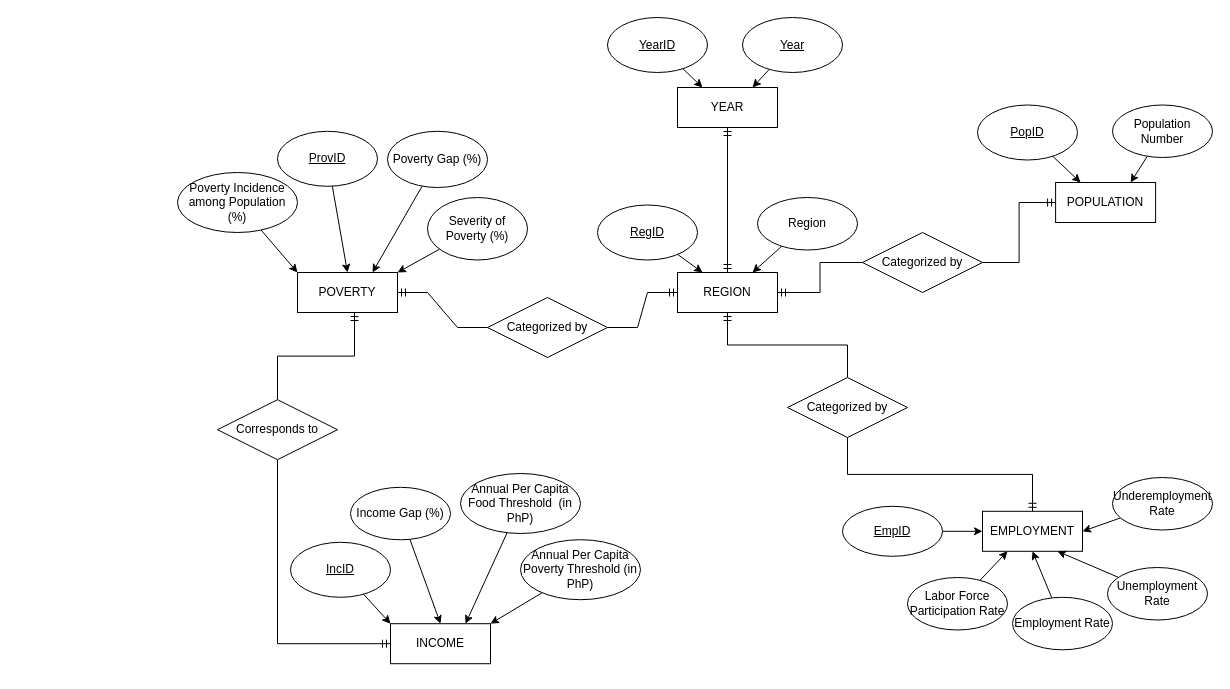
Above: page "ERD" (4 of 6) of DECapstone diagrams.drawio in vinsanity2022/SPARTACapstone (draw.io), before the change. Source tidied: cells renumbered, new cells numbered last; positions are measured from the earlier drawing's top-left corner, leaving out a move shared by most shapes. Both pictures are drawn from the tidied source at 100%, with x=0, y=0 at pixel (177, 17).
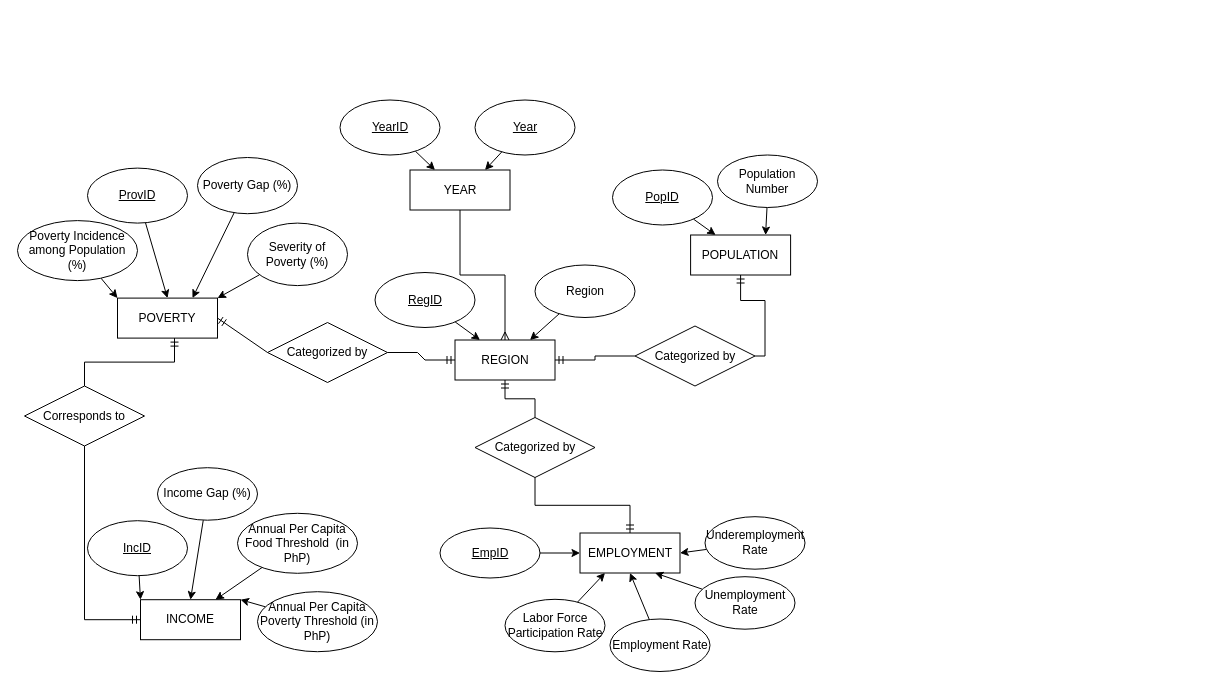
The same diagram, later.

What changed in the source:
```diff
@@
     <mxCell id="2" value="POVERTY" style="whiteSpace=wrap;html=1;align=center;" parent="1" vertex="1">
-      <mxGeometry x="120" y="255" width="100" height="40" as="geometry" />
+      <mxGeometry x="-60" y="280.6" width="100" height="40" as="geometry" />
     </mxCell>
@@
     <mxCell id="4" value="Poverty Gap (%)" style="ellipse;whiteSpace=wrap;html=1;align=center;" parent="1" vertex="1">
-      <mxGeometry x="210" y="113.8" width="100" height="56.2" as="geometry" />
+      <mxGeometry x="20" y="140" width="100" height="56.2" as="geometry" />
     </mxCell>
@@
     <mxCell id="6" value="Severity of Poverty (%)" style="ellipse;whiteSpace=wrap;html=1;align=center;" parent="1" vertex="1">
-      <mxGeometry x="250" y="180" width="100" height="62.5" as="geometry" />
+      <mxGeometry x="70" y="205.6" width="100" height="62.5" as="geometry" />
     </mxCell>
     <mxCell id="7" value="REGION" style="whiteSpace=wrap;html=1;align=center;" parent="1" vertex="1">
-      <mxGeometry x="500" y="255" width="100" height="40" as="geometry" />
+      <mxGeometry x="277.5" y="322.5" width="100" height="40" as="geometry" />
     </mxCell>
@@
     <mxCell id="9" value="Region" style="ellipse;whiteSpace=wrap;html=1;align=center;" parent="1" vertex="1">
-      <mxGeometry x="580" y="180" width="100" height="52.5" as="geometry" />
+      <mxGeometry x="357.5" y="247.5" width="100" height="52.5" as="geometry" />
     </mxCell>
@@
     <mxCell id="11" value="ProvID" style="ellipse;whiteSpace=wrap;html=1;align=center;fontStyle=4;" parent="1" vertex="1">
-      <mxGeometry x="100" y="113.8" width="100" height="55" as="geometry" />
+      <mxGeometry x="-90" y="150.6" width="100" height="55" as="geometry" />
     </mxCell>
@@
     <mxCell id="13" value="RegID" style="ellipse;whiteSpace=wrap;html=1;align=center;fontStyle=4;" parent="1" vertex="1">
-      <mxGeometry x="420" y="187.5" width="100" height="55" as="geometry" />
+      <mxGeometry x="197.5" y="255" width="100" height="55" as="geometry" />
     </mxCell>
     <mxCell id="14" value="INCOME" style="whiteSpace=wrap;html=1;align=center;" parent="1" vertex="1">
-      <mxGeometry x="213" y="606.2" width="100" height="40" as="geometry" />
+      <mxGeometry x="-37" y="582.2" width="100" height="40" as="geometry" />
     </mxCell>
@@
     <mxCell id="16" value="Income Gap (%)" style="ellipse;whiteSpace=wrap;html=1;align=center;" parent="1" vertex="1">
-      <mxGeometry x="173" y="469.8" width="100" height="52.5" as="geometry" />
+      <mxGeometry x="-20" y="450.2" width="100" height="52.5" as="geometry" />
     </mxCell>
@@
     <mxCell id="18" value="IncID" style="ellipse;whiteSpace=wrap;html=1;align=center;fontStyle=4;" parent="1" vertex="1">
-      <mxGeometry x="113" y="524.8" width="100" height="55" as="geometry" />
+      <mxGeometry x="-90" y="503.2" width="100" height="55" as="geometry" />
     </mxCell>
     <mxCell id="19" value="POPULATION" style="whiteSpace=wrap;html=1;align=center;" parent="1" vertex="1">
-      <mxGeometry x="878.1" y="165" width="100" height="40" as="geometry" />
+      <mxGeometry x="513.1" y="217.5" width="100" height="40" as="geometry" />
     </mxCell>
@@
     <mxCell id="21" value="Population Number" style="ellipse;whiteSpace=wrap;html=1;align=center;" parent="1" vertex="1">
-      <mxGeometry x="935" y="87.5" width="100" height="52.5" as="geometry" />
+      <mxGeometry x="540" y="137.5" width="100" height="52.5" as="geometry" />
     </mxCell>
@@
     <mxCell id="23" value="PopID" style="ellipse;whiteSpace=wrap;html=1;align=center;fontStyle=4;" parent="1" vertex="1">
-      <mxGeometry x="800" y="87.5" width="100" height="55" as="geometry" />
+      <mxGeometry x="435" y="152.5" width="100" height="55" as="geometry" />
     </mxCell>
@@
     <mxCell id="25" value="Annual Per Capita Poverty Threshold (in PhP)" style="ellipse;whiteSpace=wrap;html=1;align=center;" parent="1" vertex="1">
-      <mxGeometry x="343" y="522.2" width="120" height="60" as="geometry" />
+      <mxGeometry x="80" y="574.2" width="120" height="60" as="geometry" />
     </mxCell>
@@
     <mxCell id="27" value="Poverty Incidence among Population (%)" style="ellipse;whiteSpace=wrap;html=1;align=center;" parent="1" vertex="1">
-      <mxGeometry y="155" width="120" height="60" as="geometry" />
+      <mxGeometry x="-160" y="203.1" width="120" height="60" as="geometry" />
     </mxCell>
@@
     <mxCell id="29" value="Annual Per Capita Food Threshold&amp;nbsp; (in PhP)" style="ellipse;whiteSpace=wrap;html=1;align=center;" parent="1" vertex="1">
-      <mxGeometry x="283" y="456" width="120" height="60" as="geometry" />
+      <mxGeometry x="60" y="495.8" width="120" height="60" as="geometry" />
     </mxCell>
     <mxCell id="30" value="EMPLOYMENT" style="whiteSpace=wrap;html=1;align=center;" parent="1" vertex="1">
-      <mxGeometry x="805" y="493.8" width="100" height="40" as="geometry" />
+      <mxGeometry x="402.5" y="515.5" width="100" height="40" as="geometry" />
     </mxCell>
@@
     <mxCell id="32" value="EmpID" style="ellipse;whiteSpace=wrap;html=1;align=center;fontStyle=4;" parent="1" vertex="1">
-      <mxGeometry x="665" y="488.8" width="100" height="50" as="geometry" />
+      <mxGeometry x="262.5" y="510.5" width="100" height="50" as="geometry" />
     </mxCell>
@@
     <mxCell id="34" value="Employment Rate" style="ellipse;whiteSpace=wrap;html=1;align=center;" parent="1" vertex="1">
-      <mxGeometry x="835" y="579.8" width="100" height="52.5" as="geometry" />
+      <mxGeometry x="432.5" y="601.5" width="100" height="52.5" as="geometry" />
     </mxCell>
@@
     <mxCell id="36" value="Unemployment Rate" style="ellipse;whiteSpace=wrap;html=1;align=center;" parent="1" vertex="1">
-      <mxGeometry x="930" y="550" width="100" height="52.5" as="geometry" />
+      <mxGeometry x="517.5" y="559.2" width="100" height="52.5" as="geometry" />
     </mxCell>
@@
     <mxCell id="38" value="Labor Force Participation Rate" style="ellipse;whiteSpace=wrap;html=1;align=center;" parent="1" vertex="1">
-      <mxGeometry x="730" y="560" width="100" height="52.5" as="geometry" />
+      <mxGeometry x="327.5" y="581.8" width="100" height="52.5" as="geometry" />
     </mxCell>
@@
     <mxCell id="40" value="Underemployment Rate" style="ellipse;whiteSpace=wrap;html=1;align=center;" parent="1" vertex="1">
-      <mxGeometry x="935" y="460" width="100" height="52.5" as="geometry" />
+      <mxGeometry x="527.5" y="499.2" width="100" height="52.5" as="geometry" />
     </mxCell>
     <mxCell id="41" value="Categorized by" style="shape=rhombus;perimeter=rhombusPerimeter;whiteSpace=wrap;html=1;align=center;" parent="1" vertex="1">
-      <mxGeometry x="310" y="280" width="120" height="60" as="geometry" />
+      <mxGeometry x="90" y="305" width="120" height="60" as="geometry" />
     </mxCell>
-    <mxCell id="42" style="edgeStyle=entityRelationEdgeStyle;fontSize=12;html=1;endArrow=ERmandOne;rounded=0;entryX=1;entryY=0.5;entryDx=0;entryDy=0;exitX=0;exitY=0.5;exitDx=0;exitDy=0;" parent="1" edge="1" source="41" target="2">
+    <mxCell id="42" style="fontSize=12;html=1;endArrow=ERmandOne;rounded=0;entryX=1;entryY=0.5;entryDx=0;entryDy=0;exitX=0;exitY=0.5;exitDx=0;exitDy=0;" parent="1" edge="1" source="41" target="2">
       <mxGeometry relative="1" as="geometry" />
     </mxCell>
@@
     <mxCell id="44" value="Categorized by" style="shape=rhombus;perimeter=rhombusPerimeter;whiteSpace=wrap;html=1;align=center;" parent="1" vertex="1">
-      <mxGeometry x="610" y="360" width="120" height="60" as="geometry" />
+      <mxGeometry x="297.5" y="400" width="120" height="60" as="geometry" />
     </mxCell>
@@
     <mxCell id="47" value="Corresponds to" style="shape=rhombus;perimeter=rhombusPerimeter;whiteSpace=wrap;html=1;align=center;" parent="1" vertex="1">
-      <mxGeometry x="40" y="382.2" width="120" height="60" as="geometry" />
+      <mxGeometry x="-153" y="368.5" width="120" height="60" as="geometry" />
     </mxCell>
@@
     <mxCell id="50" value="Categorized by" style="shape=rhombus;perimeter=rhombusPerimeter;whiteSpace=wrap;html=1;align=center;" parent="1" vertex="1">
-      <mxGeometry x="685" y="215" width="120" height="60" as="geometry" />
+      <mxGeometry x="457.5" y="308.5" width="120" height="60" as="geometry" />
     </mxCell>
-    <mxCell id="51" style="edgeStyle=orthogonalEdgeStyle;fontSize=12;html=1;endArrow=ERmandOne;rounded=0;entryX=1;entryY=0.5;entryDx=0;entryDy=0;" parent="1" edge="1" source="50" target="7">
+    <mxCell id="51" style="edgeStyle=orthogonalEdgeStyle;fontSize=12;html=1;endArrow=ERmandOne;rounded=0;entryX=1;entryY=0.5;entryDx=0;entryDy=0;exitX=0;exitY=0.5;exitDx=0;exitDy=0;" parent="1" edge="1" source="50" target="7">
       <mxGeometry relative="1" as="geometry" />
     </mxCell>
-    <mxCell id="52" style="edgeStyle=orthogonalEdgeStyle;fontSize=12;html=1;endArrow=ERmandOne;rounded=0;entryX=0;entryY=0.5;entryDx=0;entryDy=0;exitX=1;exitY=0.5;exitDx=0;exitDy=0;" parent="1" edge="1" source="50" target="19">
+    <mxCell id="52" style="fontSize=12;html=1;endArrow=ERmandOne;rounded=0;entryX=0.5;entryY=1;entryDx=0;entryDy=0;exitX=1;exitY=0.5;exitDx=0;exitDy=0;edgeStyle=orthogonalEdgeStyle;" parent="1" edge="1" source="50" target="19">
       <mxGeometry relative="1" as="geometry" />
     </mxCell>
-    <mxCell id="53" style="fontSize=12;html=1;endArrow=ERmandOne;startArrow=ERmandOne;rounded=0;exitX=0.5;exitY=0;exitDx=0;exitDy=0;entryX=0.5;entryY=1;entryDx=0;entryDy=0;" parent="1" edge="1" source="7" target="54">
-      <mxGeometry relative="1" as="geometry" />
-    </mxCell>
     <mxCell id="54" value="YEAR" style="whiteSpace=wrap;html=1;align=center;" parent="1" vertex="1">
-      <mxGeometry x="500" y="70" width="100" height="40" as="geometry" />
+      <mxGeometry x="232.5" y="152.5" width="100" height="40" as="geometry" />
     </mxCell>
@@
     <mxCell id="56" value="YearID" style="ellipse;whiteSpace=wrap;html=1;align=center;fontStyle=4;" parent="1" vertex="1">
-      <mxGeometry x="430" width="100" height="55" as="geometry" />
+      <mxGeometry x="162.5" y="82.5" width="100" height="55" as="geometry" />
     </mxCell>
@@
     <mxCell id="58" value="Year" style="ellipse;whiteSpace=wrap;html=1;align=center;fontStyle=4;" parent="1" vertex="1">
-      <mxGeometry x="565" width="100" height="55" as="geometry" />
+      <mxGeometry x="297.5" y="82.5" width="100" height="55" as="geometry" />
     </mxCell>
+    <mxCell id="59" style="edgeStyle=orthogonalEdgeStyle;fontSize=12;html=1;endArrow=ERmany;rounded=0;exitX=0.5;exitY=1;exitDx=0;exitDy=0;entryX=0.5;entryY=0;entryDx=0;entryDy=0;" parent="1" edge="1" source="54" target="7">
+      <mxGeometry relative="1" as="geometry" />
+    </mxCell>
```
